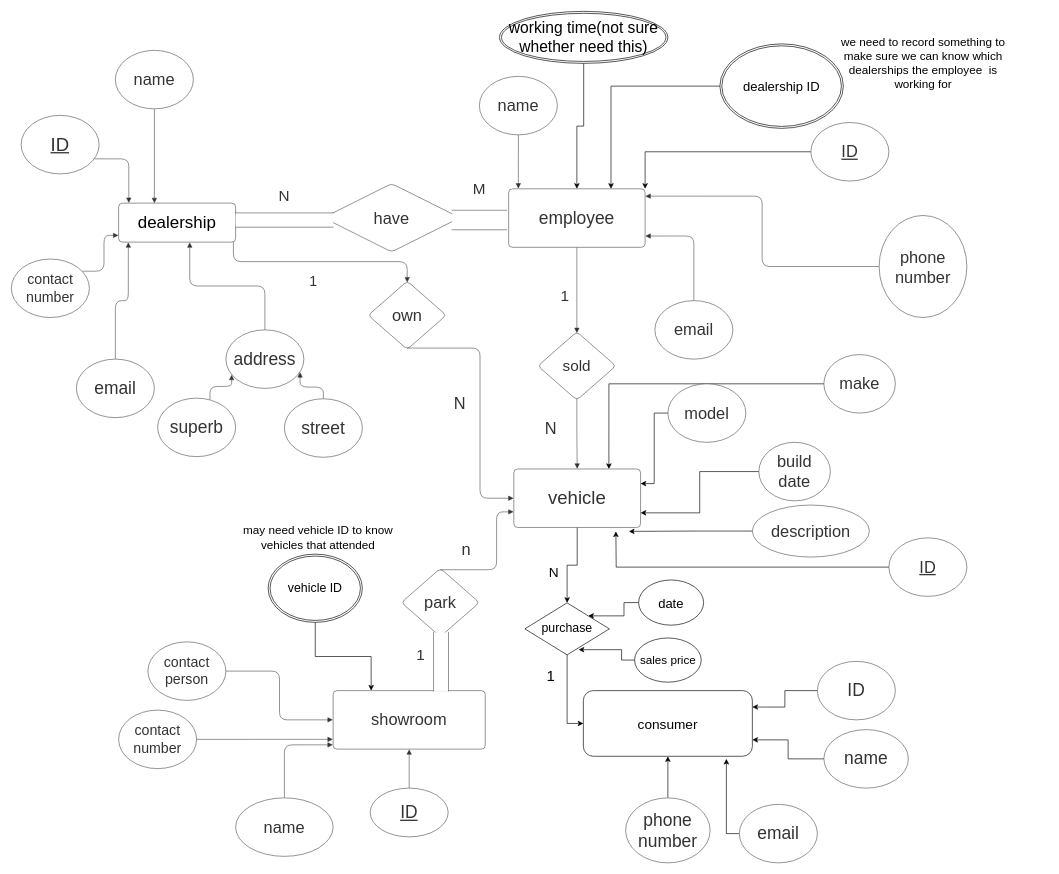
Above: Untitled Diagram.drawio in bekon-official/COMP9311 (draw.io), before the change. Source tidied: cells renumbered, new cells numbered last; positions are measured from the earlier drawing's top-left corner, leaving out a move shared by most shapes. Both pictures are drawn from the tidied source at 65%, with x=0, y=0 at pixel (11, 11).
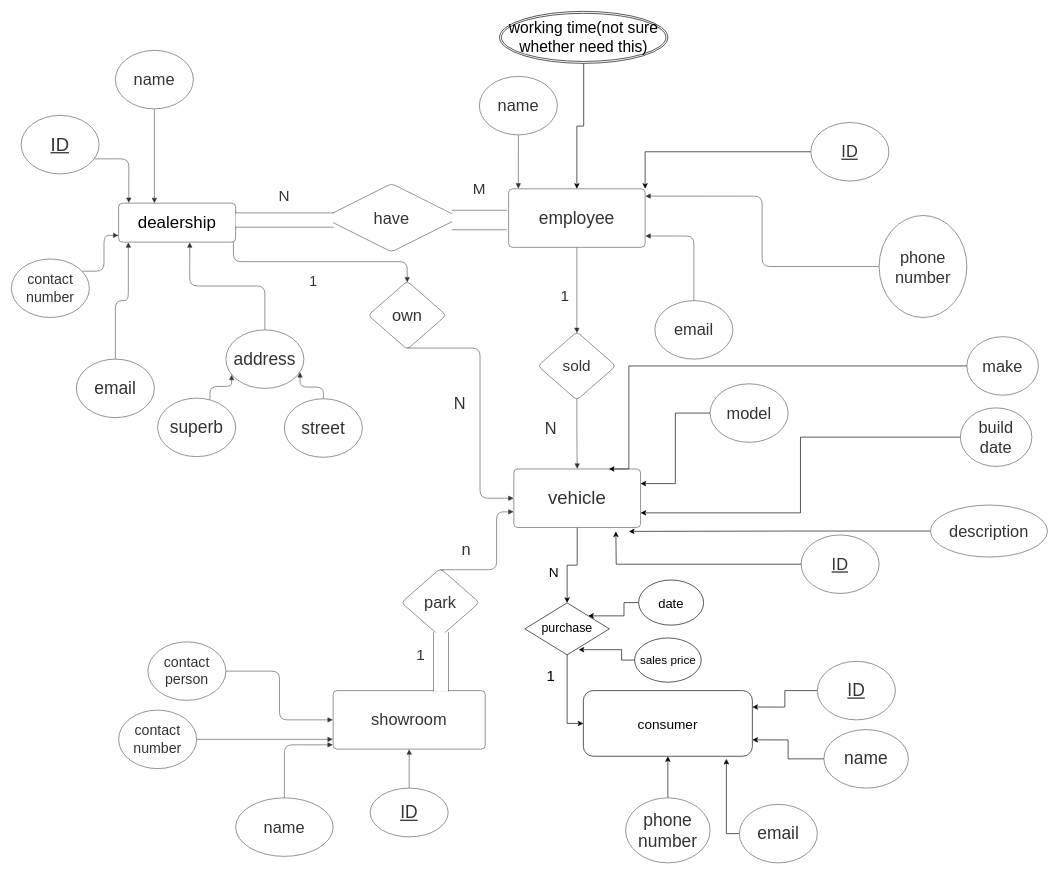
Above is the later version.

The change refers to these unchanged cells:
```xml
<mxCell id="19" value="employee" style="html=1;overflow=block;blockSpacing=1;whiteSpace=wrap;whiteSpace=wrap;fontSize=26.8;fontColor=#333333;align=center;spacing=3.8;strokeColor=#333333;strokeOpacity=100;fillOpacity=100;rounded=1;absoluteArcSize=1;arcSize=12;fillColor=#ffffff;strokeWidth=0.8;" parent="1" vertex="1">
  <mxGeometry x="765" y="273" width="210" height="90" as="geometry" />
</mxCell>
<mxCell id="33" value="vehicle" style="html=1;overflow=block;blockSpacing=1;whiteSpace=wrap;whiteSpace=wrap;fontSize=28.5;fontColor=#333333;align=center;spacing=3.8;strokeColor=#333333;strokeOpacity=100;fillOpacity=100;rounded=1;absoluteArcSize=1;arcSize=12;fillColor=#ffffff;strokeWidth=0.8;" parent="1" vertex="1">
  <mxGeometry x="773" y="704" width="195" height="90" as="geometry" />
</mxCell>
<mxCell id="42" value="showroom" style="html=1;overflow=block;blockSpacing=1;whiteSpace=wrap;whiteSpace=wrap;fontSize=25.2;fontColor=#333333;align=center;spacing=3.8;strokeColor=#333333;strokeOpacity=100;fillOpacity=100;rounded=1;absoluteArcSize=1;arcSize=12;fillColor=#ffffff;strokeWidth=0.8;" parent="1" vertex="1">
  <mxGeometry x="495" y="1045" width="234" height="90" as="geometry" />
</mxCell>
```

What changed in the source:
```diff
@@
     <mxCell id="58" value="build date" style="html=1;overflow=block;blockSpacing=1;whiteSpace=wrap;ellipse;whiteSpace=wrap;fontSize=25.2;fontColor=#333333;align=center;spacing=3.8;strokeColor=#333333;strokeOpacity=100;fillOpacity=100;rounded=1;absoluteArcSize=1;arcSize=12;fillColor=#ffffff;strokeWidth=0.8;" parent="1" vertex="1">
-      <mxGeometry x="1150" y="663" width="110" height="90" as="geometry" />
+      <mxGeometry x="1460" y="610" width="110" height="90" as="geometry" />
     </mxCell>
     <mxCell id="59" style="edgeStyle=orthogonalEdgeStyle;rounded=0;jettySize=auto;html=1;entryX=0.75;entryY=0;entryDx=0;entryDy=0;" parent="1" edge="1" source="60" target="33">
-      <mxGeometry relative="1" as="geometry" />
+      <mxGeometry relative="1" as="geometry">
+        <Array as="points">
+          <mxPoint x="950" y="546" />
+          <mxPoint x="950" y="704" />
+        </Array>
+      </mxGeometry>
     </mxCell>
     <mxCell id="60" value="make" style="html=1;overflow=block;blockSpacing=1;whiteSpace=wrap;ellipse;whiteSpace=wrap;fontSize=25.2;fontColor=#333333;align=center;spacing=3.8;strokeColor=#333333;strokeOpacity=100;fillOpacity=100;rounded=1;absoluteArcSize=1;arcSize=12;fillColor=#ffffff;strokeWidth=0.8;" parent="1" vertex="1">
-      <mxGeometry x="1250" y="528" width="110" height="90" as="geometry" />
+      <mxGeometry x="1470" y="500.5" width="110" height="90" as="geometry" />
     </mxCell>
@@
     <mxCell id="62" value="model" style="html=1;overflow=block;blockSpacing=1;whiteSpace=wrap;ellipse;whiteSpace=wrap;fontSize=25.2;fontColor=#333333;align=center;spacing=3.8;strokeColor=#333333;strokeOpacity=100;fillOpacity=100;rounded=1;absoluteArcSize=1;arcSize=12;fillColor=#ffffff;strokeWidth=0.8;" parent="1" vertex="1">
-      <mxGeometry x="1010" y="573" width="120" height="90" as="geometry" />
+      <mxGeometry x="1075" y="573" width="120" height="90" as="geometry" />
     </mxCell>
@@
     <mxCell id="64" value="&lt;u&gt;ID&lt;/u&gt;" style="html=1;overflow=block;blockSpacing=1;whiteSpace=wrap;ellipse;whiteSpace=wrap;fontSize=25.2;fontColor=#333333;align=center;spacing=3.8;strokeColor=#333333;strokeOpacity=100;fillOpacity=100;rounded=1;absoluteArcSize=1;arcSize=12;fillColor=#ffffff;strokeWidth=0.8;" parent="1" vertex="1">
-      <mxGeometry x="1350" y="810" width="120" height="90" as="geometry" />
+      <mxGeometry x="1215" y="805.5" width="120" height="90" as="geometry" />
     </mxCell>
@@
     <mxCell id="66" value="description" style="html=1;overflow=block;blockSpacing=1;whiteSpace=wrap;ellipse;whiteSpace=wrap;fontSize=25.2;fontColor=#333333;align=center;spacing=3.8;strokeColor=#333333;strokeOpacity=100;fillOpacity=100;rounded=1;absoluteArcSize=1;arcSize=12;fillColor=#ffffff;strokeWidth=0.8;" parent="1" vertex="1">
-      <mxGeometry x="1140" y="759.5" width="180" height="80" as="geometry" />
+      <mxGeometry x="1414" y="759.5" width="180" height="80" as="geometry" />
     </mxCell>
@@
-    <mxCell id="69" value="ID" style="html=1;overflow=block;blockSpacing=1;whiteSpace=wrap;ellipse;whiteSpace=wrap;fontSize=26.8;fontColor=#333333;align=center;spacing=3.8;strokeColor=#333333;strokeOpacity=100;fillOpacity=100;rounded=1;absoluteArcSize=1;arcSize=12;fillColor=#ffffff;strokeWidth=0.8;" parent="1" vertex="1">
+    <mxCell id="69" value="&lt;u&gt;ID&lt;/u&gt;" style="html=1;overflow=block;blockSpacing=1;whiteSpace=wrap;ellipse;whiteSpace=wrap;fontSize=26.8;fontColor=#333333;align=center;spacing=3.8;strokeColor=#333333;strokeOpacity=100;fillOpacity=100;rounded=1;absoluteArcSize=1;arcSize=12;fillColor=#ffffff;strokeWidth=0.8;" parent="1" vertex="1">
       <mxGeometry x="1240" y="1000" width="120" height="90" as="geometry" />
     </mxCell>
@@
-    <mxCell id="86" style="edgeStyle=orthogonalEdgeStyle;rounded=0;jettySize=auto;html=1;entryX=0.25;entryY=0;entryDx=0;entryDy=0;" parent="1" edge="1" source="87" target="42">
-      <mxGeometry relative="1" as="geometry" />
-    </mxCell>
-    <mxCell id="87" value="&lt;font style=&quot;font-size: 19px&quot;&gt;vehicle ID&lt;/font&gt;" style="ellipse;shape=doubleEllipse;margin=3;whiteSpace=wrap;html=1;align=center;" parent="1" vertex="1">
-      <mxGeometry x="395" y="835" width="145" height="105" as="geometry" />
-    </mxCell>
-    <mxCell id="88" value="&lt;font style=&quot;font-size: 18px&quot;&gt;may need vehicle ID to know vehicles that attended&lt;/font&gt;" style="text;html=1;strokeColor=none;fillColor=none;align=center;verticalAlign=middle;whiteSpace=wrap;rounded=0;" parent="1" vertex="1">
-      <mxGeometry x="334" y="762" width="276" height="95" as="geometry" />
-    </mxCell>
-    <mxCell id="89" style="edgeStyle=orthogonalEdgeStyle;rounded=0;jettySize=auto;html=1;entryX=0.75;entryY=0;entryDx=0;entryDy=0;" parent="1" edge="1" source="90" target="19">
-      <mxGeometry relative="1" as="geometry" />
-    </mxCell>
-    <mxCell id="90" value="&lt;font style=&quot;font-size: 20px&quot;&gt;dealership ID&lt;/font&gt;" style="ellipse;shape=doubleEllipse;margin=3;whiteSpace=wrap;html=1;align=center;" parent="1" vertex="1">
-      <mxGeometry x="1090" y="50" width="190" height="130" as="geometry" />
-    </mxCell>
-    <mxCell id="91" value="&lt;font style=&quot;font-size: 18px&quot;&gt;we need to record something to make sure we can know which dealerships the employee&amp;nbsp; is working for&lt;/font&gt;" style="text;html=1;strokeColor=none;fillColor=none;align=center;verticalAlign=middle;whiteSpace=wrap;rounded=0;" parent="1" vertex="1">
-      <mxGeometry x="1262.5" y="30" width="280" height="100" as="geometry" />
-    </mxCell>
```
